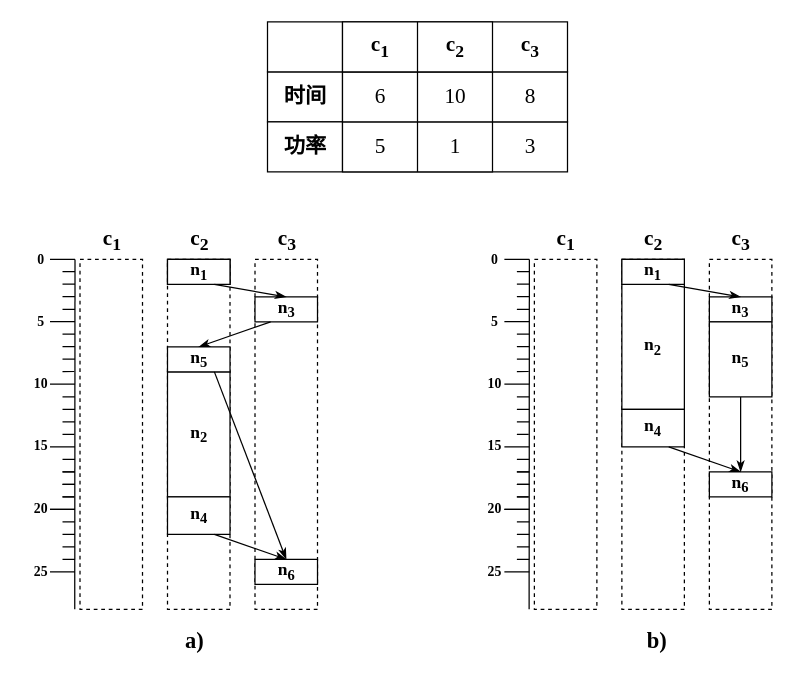
Before: page "Page-1" (1 of 5) of resources/drawio/Untitled Diagram2.drawio in linkins1/MyNoteBooks, a draw.io diagram. Source tidied: cells renumbered, new cells numbered last; positions are measured from the earlier drawing's top-left corner, leaving out a move shared by most shapes. Both pictures are drawn from the tidied source at 125%, with x=0, y=0 at pixel (20, 21).
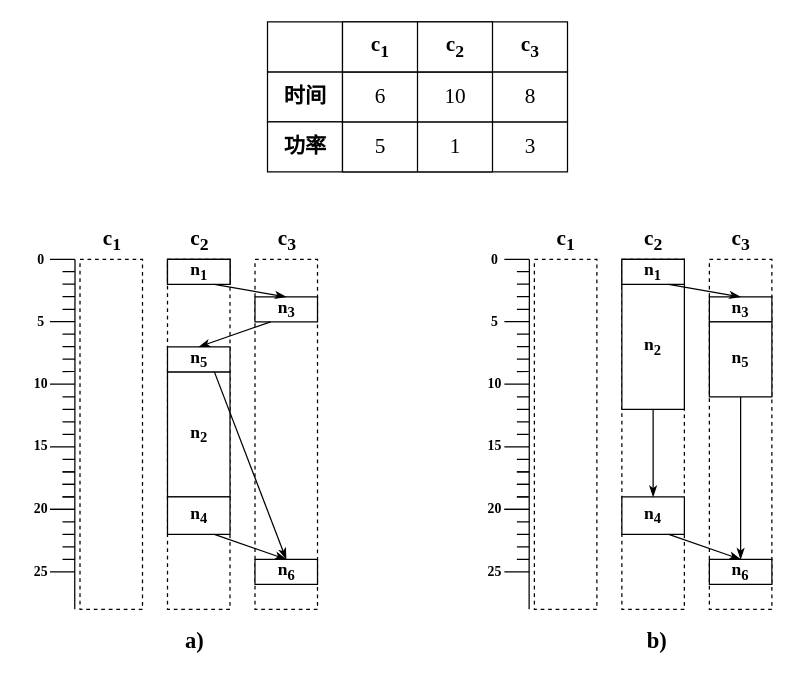
The same diagram, later.

Unchanged cells that the change refers to:
```xml
<mxCell id="99" value="&lt;b style=&quot;font-size: 14px&quot;&gt;n&lt;sub&gt;2&lt;/sub&gt;&lt;/b&gt;" style="rounded=0;whiteSpace=wrap;html=1;fontFamily=Times New Roman;fontSize=11;fontColor=#000000;" parent="1" vertex="1">
  <mxGeometry x="481" y="210" width="50" height="100" as="geometry" />
</mxCell>
```

Diff of the diagram source:
```diff
@@
     <mxCell id="103" value="&lt;b style=&quot;font-size: 14px&quot;&gt;n&lt;sub&gt;4&lt;/sub&gt;&lt;/b&gt;" style="rounded=0;whiteSpace=wrap;html=1;fontFamily=Times New Roman;fontSize=11;fontColor=#000000;" parent="1" vertex="1">
-      <mxGeometry x="481" y="310" width="50" height="30" as="geometry" />
+      <mxGeometry x="481" y="380" width="50" height="30" as="geometry" />
     </mxCell>
     <mxCell id="104" value="&lt;b style=&quot;font-size: 14px&quot;&gt;n&lt;sub&gt;6&lt;/sub&gt;&lt;/b&gt;" style="rounded=0;whiteSpace=wrap;html=1;fontFamily=Times New Roman;fontSize=11;fontColor=#000000;" parent="1" vertex="1">
-      <mxGeometry x="551" y="360" width="50" height="20" as="geometry" />
+      <mxGeometry x="551" y="430" width="50" height="20" as="geometry" />
     </mxCell>
@@
+    <mxCell id="142" style="endArrow=classicThin;html=1;rounded=0;fontFamily=Times New Roman;fontSize=14;fontColor=#000000;exitX=0.5;exitY=1;exitDx=0;exitDy=0;entryX=0.5;entryY=0;entryDx=0;entryDy=0;endFill=1;" parent="1" edge="1" source="99" target="103">
+      <mxGeometry relative="1" as="geometry" />
+    </mxCell>
```
